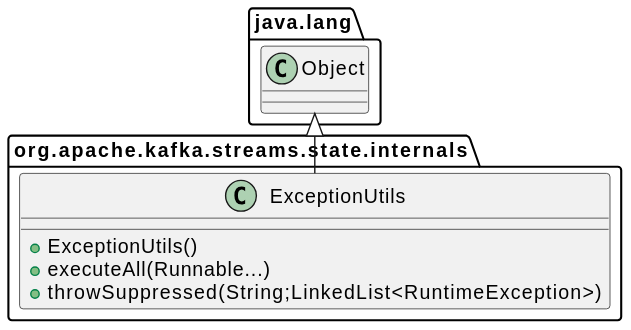
Above: docs/qc/streams/src/main/java/org/apache/kafka/streams/state/internals/ExceptionUtils.java.svg in qualitesys/kafka (PlantUML), before the change.
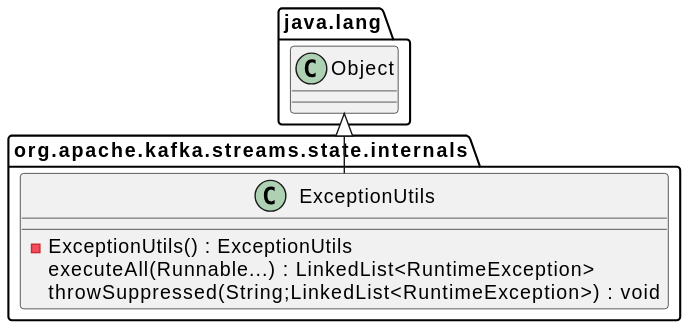
The same diagram one commit later.

Diff of the diagram source:
```diff
@@ -2,8 +2,8 @@
 !pragma layout smetana
 java.lang.Object <|-- org.apache.kafka.streams.state.internals.ExceptionUtils
 class org.apache.kafka.streams.state.internals.ExceptionUtils {
-+  ExceptionUtils()
-+  executeAll(Runnable...)
-+  throwSuppressed(String;LinkedList<RuntimeException>)
+- ExceptionUtils() : ExceptionUtils [[[././qc/streams/src/main/java/org/apache/kafka/streams/state/internals/ExceptionUtils.java.html#7]]]
+executeAll(Runnable...) : LinkedList<RuntimeException> [[[././qc/streams/src/main/java/org/apache/kafka/streams/state/internals/ExceptionUtils.java.html#9]]]
+throwSuppressed(String;LinkedList<RuntimeException>) : void [[[././qc/streams/src/main/java/org/apache/kafka/streams/state/internals/ExceptionUtils.java.html#21]]]
 }
 @enduml
```
